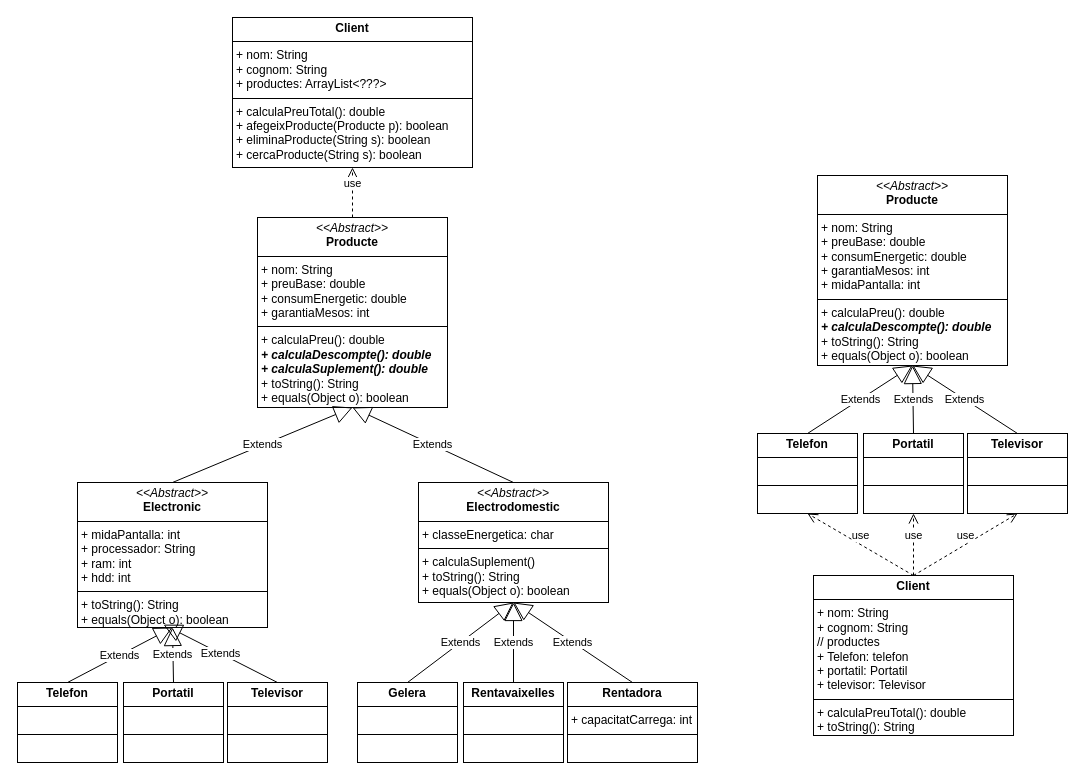
Before: Diagrama sin título.drawio in bvivess/PRG, a draw.io diagram. Source tidied: cells renumbered, new cells numbered last; positions are measured from the earlier drawing's top-left corner, leaving out a move shared by most shapes. Both pictures are drawn from the tidied source at 100%, with x=0, y=0 at pixel (17, 17).
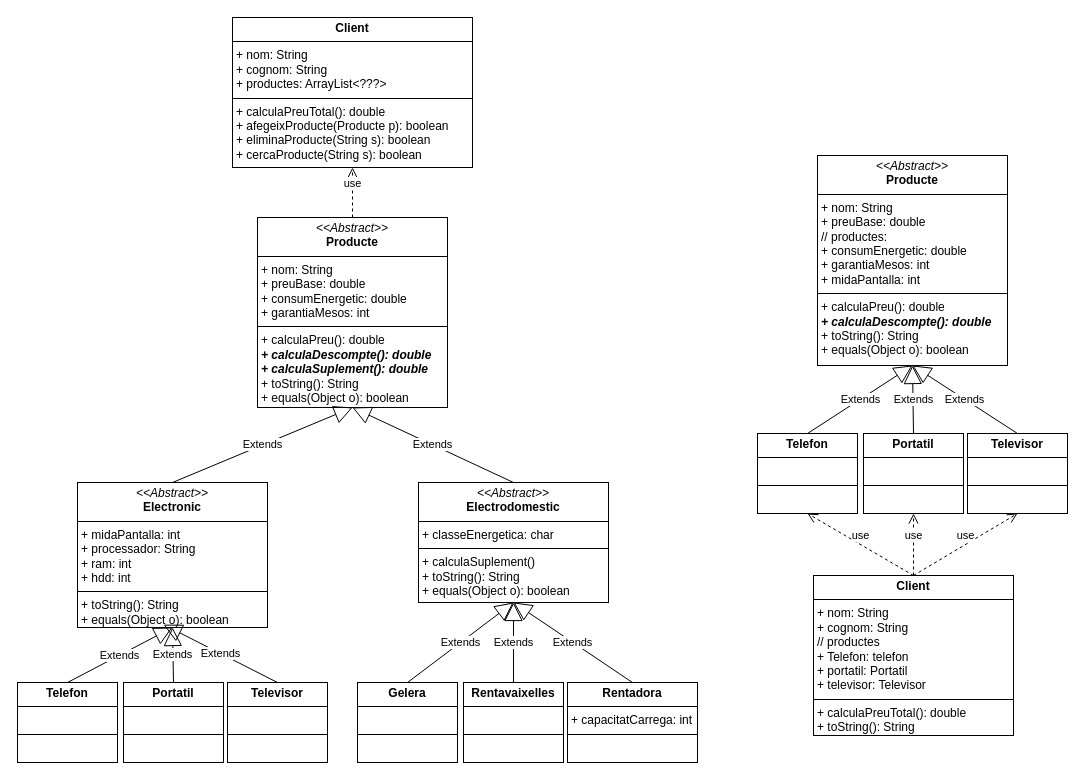
The same page after the edit.

Diff of the diagram source:
```diff
@@
-    <mxCell id="21" value="&lt;p style=&quot;margin:0px;margin-top:4px;text-align:center;&quot;&gt;&lt;i&gt;&amp;lt;&amp;lt;Abstract&amp;gt;&amp;gt;&lt;/i&gt;&lt;br&gt;&lt;b&gt;Producte&lt;/b&gt;&lt;/p&gt;&lt;hr size=&quot;1&quot; style=&quot;border-style:solid;&quot;&gt;&lt;p style=&quot;margin:0px;margin-left:4px;&quot;&gt;+ nom: String&lt;br&gt;+ preuBase: double&lt;/p&gt;&lt;p style=&quot;margin:0px;margin-left:4px;&quot;&gt;+ consumEnergetic: double&lt;/p&gt;&lt;p style=&quot;margin:0px;margin-left:4px;&quot;&gt;+ garantiaMesos: int&lt;/p&gt;&lt;p style=&quot;margin:0px;margin-left:4px;&quot;&gt;+ midaPantalla: int&lt;/p&gt;&lt;hr size=&quot;1&quot; style=&quot;border-style:solid;&quot;&gt;&lt;p style=&quot;margin:0px;margin-left:4px;&quot;&gt;+ calculaPreu(): double&lt;br&gt;&lt;/p&gt;&lt;p style=&quot;margin: 0px 0px 0px 4px;&quot;&gt;&lt;b&gt;&lt;i&gt;+ calculaDescompte(): double&lt;/i&gt;&lt;/b&gt;&lt;br&gt;&lt;/p&gt;&lt;div&gt;&lt;p style=&quot;margin: 0px 0px 0px 4px;&quot;&gt;&lt;span style=&quot;background-color: transparent; color: light-dark(rgb(0, 0, 0), rgb(255, 255, 255));&quot;&gt;+ toString(): String&lt;/span&gt;&lt;br&gt;&lt;/p&gt;&lt;/div&gt;&lt;p style=&quot;margin:0px;margin-left:4px;&quot;&gt;+ equals(Object o): boolean&lt;/p&gt;" style="verticalAlign=top;align=left;overflow=fill;html=1;whiteSpace=wrap;" parent="1" vertex="1">
-      <mxGeometry x="800" y="158" width="190" height="190" as="geometry" />
+    <mxCell id="21" value="&lt;p style=&quot;margin:0px;margin-top:4px;text-align:center;&quot;&gt;&lt;i&gt;&amp;lt;&amp;lt;Abstract&amp;gt;&amp;gt;&lt;/i&gt;&lt;br&gt;&lt;b&gt;Producte&lt;/b&gt;&lt;/p&gt;&lt;hr size=&quot;1&quot; style=&quot;border-style:solid;&quot;&gt;&lt;p style=&quot;margin:0px;margin-left:4px;&quot;&gt;+ nom: String&lt;br&gt;+ preuBase: double&lt;/p&gt;&lt;p style=&quot;margin:0px;margin-left:4px;&quot;&gt;// productes:&lt;/p&gt;&lt;p style=&quot;margin:0px;margin-left:4px;&quot;&gt;+ consumEnergetic: double&lt;/p&gt;&lt;p style=&quot;margin:0px;margin-left:4px;&quot;&gt;+ garantiaMesos: int&lt;/p&gt;&lt;p style=&quot;margin:0px;margin-left:4px;&quot;&gt;+ midaPantalla: int&lt;/p&gt;&lt;hr size=&quot;1&quot; style=&quot;border-style:solid;&quot;&gt;&lt;p style=&quot;margin:0px;margin-left:4px;&quot;&gt;+ calculaPreu(): double&lt;br&gt;&lt;/p&gt;&lt;p style=&quot;margin: 0px 0px 0px 4px;&quot;&gt;&lt;b&gt;&lt;i&gt;+ calculaDescompte(): double&lt;/i&gt;&lt;/b&gt;&lt;br&gt;&lt;/p&gt;&lt;div&gt;&lt;p style=&quot;margin: 0px 0px 0px 4px;&quot;&gt;&lt;span style=&quot;background-color: transparent; color: light-dark(rgb(0, 0, 0), rgb(255, 255, 255));&quot;&gt;+ toString(): String&lt;/span&gt;&lt;br&gt;&lt;/p&gt;&lt;/div&gt;&lt;p style=&quot;margin:0px;margin-left:4px;&quot;&gt;+ equals(Object o): boolean&lt;/p&gt;" style="verticalAlign=top;align=left;overflow=fill;html=1;whiteSpace=wrap;" parent="1" vertex="1">
+      <mxGeometry x="800" y="138" width="190" height="210" as="geometry" />
     </mxCell>
```
